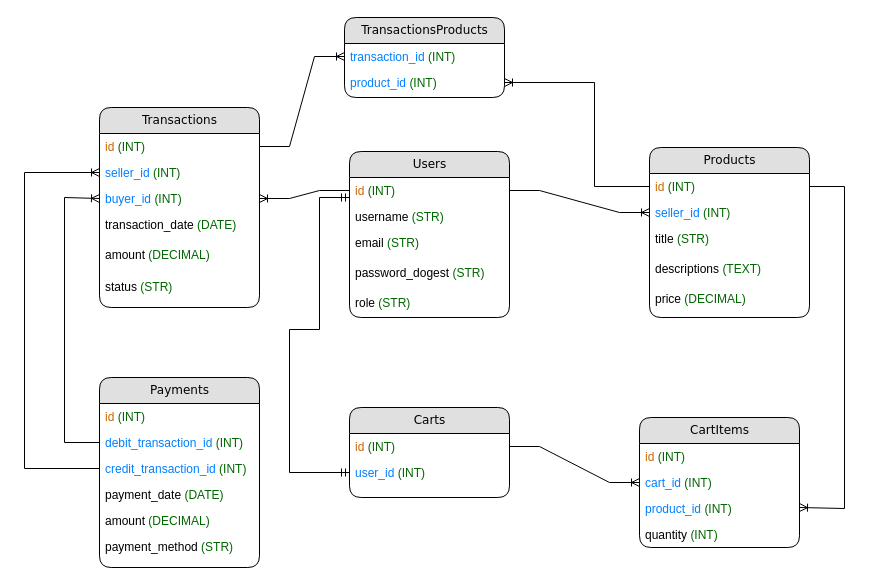
lada000/DigitalBazaar keeps this draw.io diagram as Диаграмма без названия.drawio. Above is the earlier version. Source tidied: cells renumbered, new cells numbered last; positions are measured from the earlier drawing's top-left corner, leaving out a move shared by most shapes. Both pictures are drawn from the tidied source at 100%, with x=0, y=0 at pixel (24, 17).
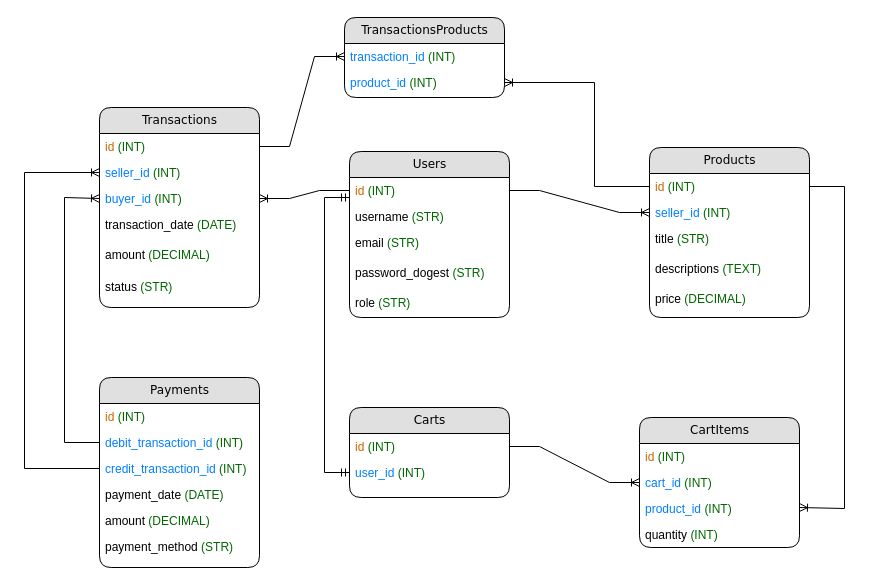
After the change.

The change refers to these unchanged cells:
```xml
<mxCell id="30" value="&lt;font color=&quot;#007fff&quot;&gt;user_id &lt;/font&gt;&lt;font color=&quot;#006600&quot;&gt;(INT)&lt;/font&gt;" style="text;html=1;strokeColor=none;fillColor=none;spacingLeft=4;spacingRight=4;whiteSpace=wrap;overflow=hidden;points=[[0,0.5],[1,0.5]];portConstraint=eastwest;" parent="28" vertex="1">
  <mxGeometry y="52" width="160" height="26" as="geometry" />
</mxCell>
```

The edit, as a diff of the source:
```diff
@@
-    <mxCell id="38" style="edgeStyle=orthogonalEdgeStyle;fontSize=12;html=1;endArrow=ERmandOne;startArrow=ERmandOne;rounded=0;exitX=0;exitY=0.5;exitDx=0;exitDy=0;" parent="1" edge="1" source="30">
+    <mxCell id="38" style="fontSize=12;html=1;endArrow=ERmandOne;startArrow=ERmandOne;rounded=0;exitX=0;exitY=0.5;exitDx=0;exitDy=0;edgeStyle=orthogonalEdgeStyle;" parent="1" edge="1" source="30">
       <mxGeometry relative="1" as="geometry">
         <mxPoint x="325" y="180" as="targetPoint" />
         <Array as="points">
-          <mxPoint x="265" y="455" />
-          <mxPoint x="265" y="312" />
-          <mxPoint x="295" y="312" />
-          <mxPoint x="295" y="180" />
+          <mxPoint x="300" y="455" />
+          <mxPoint x="300" y="180" />
         </Array>
       </mxGeometry>
     </mxCell>
```
